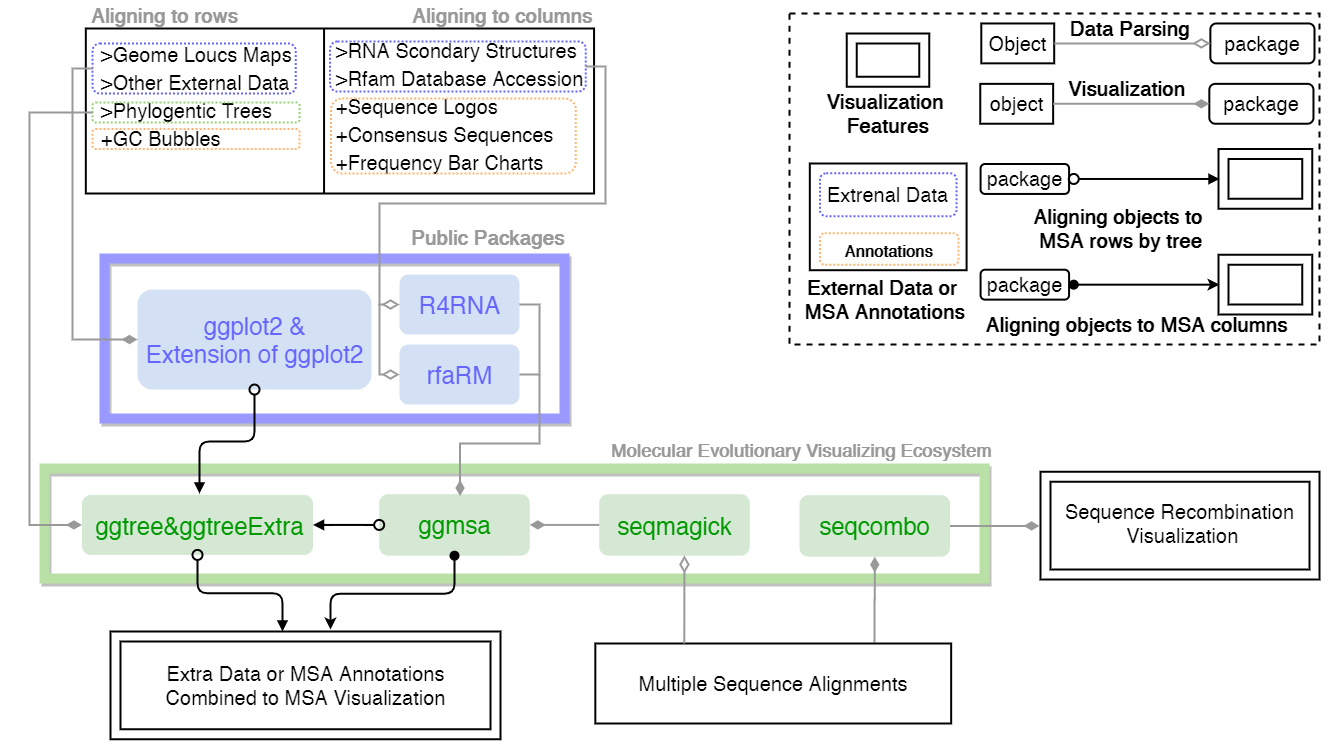
Earlier version of the draw.io export Figures/Fig.2.png (YuLab-SMU/supplemental-ggmsa). Source tidied: cells renumbered, new cells last; positions are measured from the earlier drawing's top-left corner, leaving out a move shared by most shapes.
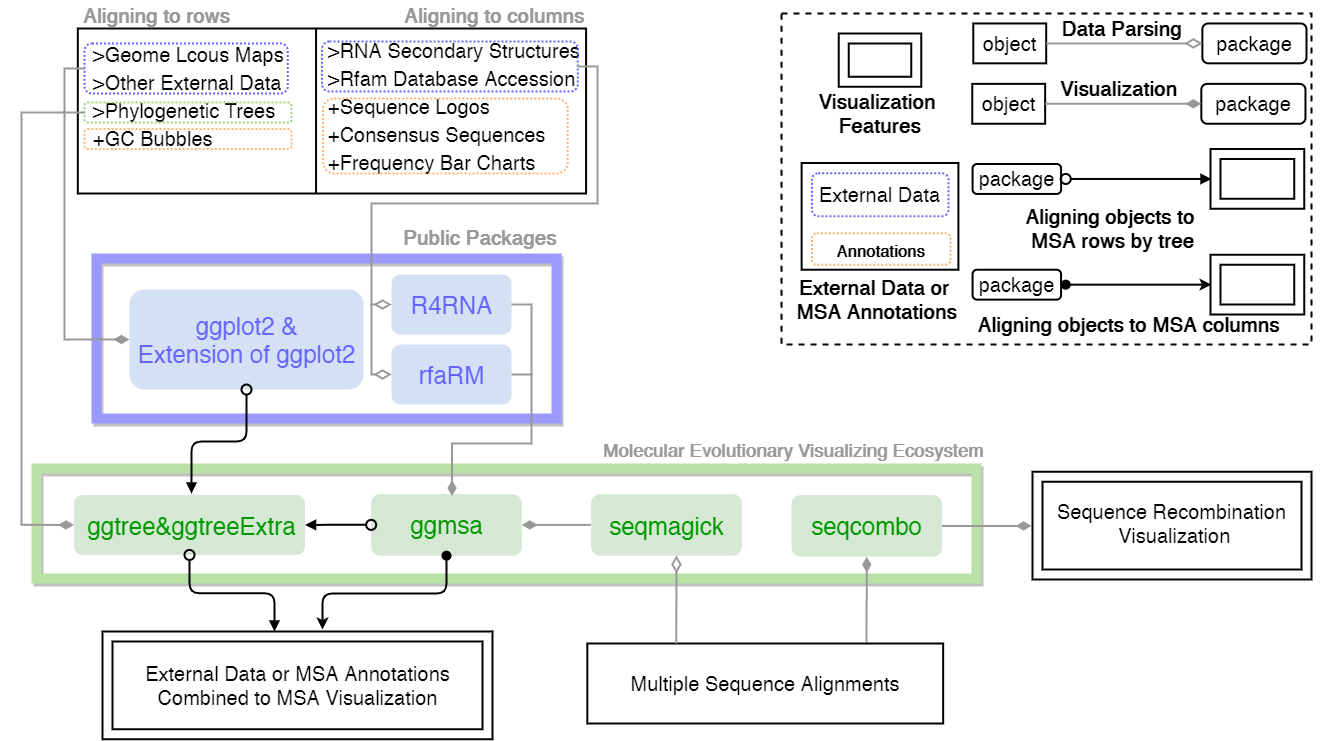
After the commit.

Diff of the diagram source:
```diff
@@ -35,8 +35,8 @@
     <mxCell id="12" style="verticalLabelPosition=bottom;verticalAlign=top;html=1;shape=mxgraph.basic.frame;dx=10;strokeColor=#000000;strokeWidth=2;fillColor=none;fontSize=20;fontColor=none;" parent="7" vertex="1">
       <mxGeometry x="21" y="222.2" width="390" height="107.8" as="geometry" />
     </mxCell>
-    <mxCell id="13" value="Extra Data or MSA Annotations&lt;br&gt;Combined to MSA Visualization" style="text;html=1;align=center;verticalAlign=middle;fontSize=20;fontColor=none;" parent="7" vertex="1">
-      <mxGeometry x="71" y="251.1" width="290" height="50" as="geometry" />
+    <mxCell id="13" value="External Data or MSA Annotations&lt;br&gt;Combined to MSA Visualization" style="text;html=1;align=center;verticalAlign=middle;fontSize=20;fontColor=none;" parent="7" vertex="1">
+      <mxGeometry x="56" y="251.1" width="320" height="50" as="geometry" />
     </mxCell>
     <mxCell id="14" style="edgeStyle=orthogonalEdgeStyle;rounded=1;jettySize=auto;html=1;exitX=1;exitY=0.5;exitDx=0;exitDy=0;entryX=0.441;entryY=0;entryDx=0;entryDy=0;entryPerimeter=0;labelBackgroundColor=#ffffff;startArrow=oval;startFill=0;startSize=10;endArrow=block;endFill=1;endSize=6;strokeColor=#000000;strokeWidth=2;fontSize=11;fontColor=#000000;" parent="7" edge="1" source="9" target="12">
       <mxGeometry relative="1" as="geometry" />
@@ -106,11 +106,11 @@
     <mxCell id="35" style="line;strokeWidth=2;direction=south;html=1;fillColor=#FFFFFF;fontSize=20;fontColor=none;" parent="33" vertex="1">
       <mxGeometry x="173.2" y="15" width="10" height="165" as="geometry" />
     </mxCell>
-    <mxCell id="36" value="&lt;p style=&quot;line-height: 140%&quot;&gt;&amp;gt;Geome Loucs Maps&lt;br&gt;&amp;gt;Other External Data&lt;br style=&quot;font-size: 12px&quot;&gt;&amp;gt;Phylogentic Trees&amp;nbsp;&lt;br&gt;+GC Bubbles&lt;/p&gt;" style="text;html=1;align=left;verticalAlign=middle;fillColor=none;strokeColor=none;rounded=0;fontSize=20;fontColor=none;" parent="33" vertex="1">
+    <mxCell id="36" value="&lt;p style=&quot;line-height: 140%&quot;&gt;&amp;gt;Geome Lcous Maps&lt;br&gt;&amp;gt;Other External Data&lt;br style=&quot;font-size: 12px&quot;&gt;&amp;gt;Phylogenetic Trees&amp;nbsp;&lt;br&gt;+GC Bubbles&lt;/p&gt;" style="text;html=1;align=left;verticalAlign=middle;fillColor=none;strokeColor=none;rounded=0;fontSize=20;fontColor=none;" parent="33" vertex="1">
       <mxGeometry x="-46.3" y="2.5" width="210" height="160" as="geometry" />
     </mxCell>
-    <mxCell id="37" value="&lt;p style=&quot;line-height: 140%&quot;&gt;&amp;gt;RNA Scondary Structures&lt;br&gt;&amp;gt;Rfam Database Accession&lt;br&gt;+Sequence Logos&lt;br&gt;+Consensus Sequences&lt;br&gt;+Frequency Bar Charts&lt;/p&gt;" style="text;html=1;align=left;verticalAlign=middle;fillColor=none;strokeColor=none;rounded=0;fontSize=20;fontColor=none;" parent="33" vertex="1">
-      <mxGeometry x="188.2" y="-2.3" width="260" height="190" as="geometry" />
+    <mxCell id="37" value="&lt;p style=&quot;line-height: 140%&quot;&gt;&amp;gt;RNA Secondary Structures&lt;br&gt;&amp;gt;Rfam Database Accession&lt;br&gt;+Sequence Logos&lt;br&gt;+Consensus Sequences&lt;br&gt;+Frequency Bar Charts&lt;/p&gt;" style="text;html=1;align=left;verticalAlign=middle;fillColor=none;strokeColor=none;rounded=0;fontSize=20;fontColor=none;" parent="33" vertex="1">
+      <mxGeometry x="188.2" y="-2.3" width="270" height="190" as="geometry" />
     </mxCell>
     <mxCell id="38" style="rounded=1;whiteSpace=wrap;html=1;strokeColor=#6666FF;strokeWidth=2;fillColor=none;fontSize=20;fontColor=none;dashed=1;dashPattern=1 1;" parent="33" vertex="1">
       <mxGeometry x="-53.3" y="30" width="203.3" height="50" as="geometry" />
@@ -196,19 +196,16 @@
     <mxCell id="57" style="group;" parent="56" vertex="1">
       <mxGeometry x="11.3" width="156.8" height="106.7" as="geometry" />
     </mxCell>
-    <mxCell id="58" value="Extrenal Data" style="rounded=1;whiteSpace=wrap;html=1;dashed=1;dashPattern=1 1;strokeColor=#6666FF;strokeWidth=2;fillColor=none;fontSize=20;fontColor=none;" parent="57" vertex="1">
+    <mxCell id="58" value="External Data" style="rounded=1;whiteSpace=wrap;html=1;dashed=1;dashPattern=1 1;strokeColor=#6666FF;strokeWidth=2;fillColor=none;fontSize=20;fontColor=none;" parent="57" vertex="1">
       <mxGeometry x="9.1" y="9.8" width="136.6" height="42.9" as="geometry" />
     </mxCell>
-    <mxCell id="59" style="rounded=0;whiteSpace=wrap;html=1;strokeColor=#000000;strokeWidth=2;fillColor=none;fontSize=20;fontColor=none;" parent="57" vertex="1">
-      <mxGeometry x="-1" width="156.8" height="106.7" as="geometry" />
-    </mxCell>
     <mxCell id="60" value="&lt;font style=&quot;font-size: 16px&quot;&gt;&lt;b&gt;Annotations&lt;/b&gt;&lt;/font&gt;" style="rounded=1;whiteSpace=wrap;html=1;strokeColor=#FFB570;strokeWidth=2;fillColor=none;fontSize=20;fontColor=none;dashed=1;dashPattern=1 1;" parent="57" vertex="1">
       <mxGeometry x="9.1" y="69.8" width="138.5" height="31.6" as="geometry" />
     </mxCell>
     <mxCell id="61" value="&lt;span style=&quot;font-size: 20px&quot;&gt;&lt;b&gt;External Data or &lt;br&gt;MSA Annotations&lt;br&gt;&lt;/b&gt;&lt;/span&gt;" style="text;html=1;align=center;verticalAlign=middle;fillColor=none;strokeColor=none;rounded=0;shadow=0;" parent="56" vertex="1">
       <mxGeometry y="115.7" width="170" height="40" as="geometry" />
     </mxCell>
-    <mxCell id="62" value="Object" style="rounded=0;whiteSpace=wrap;html=1;strokeColor=#000000;strokeWidth=2;fillColor=none;fontSize=20;fontColor=none;" parent="55" vertex="1">
+    <mxCell id="62" value="object" style="rounded=0;whiteSpace=wrap;html=1;strokeColor=#000000;strokeWidth=2;fillColor=none;fontSize=20;fontColor=none;" parent="55" vertex="1">
       <mxGeometry x="191.8" y="10" width="72.9" height="39.9" as="geometry" />
     </mxCell>
     <mxCell id="63" value="package" style="rounded=1;whiteSpace=wrap;html=1;strokeColor=#000000;strokeWidth=2;fillColor=none;fontSize=20;fontColor=none;" parent="55" vertex="1">
@@ -268,6 +265,9 @@
     <mxCell id="79" value="&lt;span style=&quot;font-size: 20px&quot;&gt;&lt;b&gt;Visualization&amp;nbsp;&lt;br&gt;Features&lt;br&gt;&lt;/b&gt;&lt;/span&gt;" style="text;html=1;align=center;verticalAlign=middle;fillColor=none;strokeColor=none;rounded=0;shadow=0;" parent="55" vertex="1">
       <mxGeometry x="28.5" y="80" width="140" height="40" as="geometry" />
     </mxCell>
+    <mxCell id="59" style="rounded=0;whiteSpace=wrap;html=1;strokeColor=#000000;strokeWidth=2;fillColor=none;fontSize=20;fontColor=none;" parent="55" vertex="1">
+      <mxGeometry x="20.1" y="149.5" width="156.8" height="106.7" as="geometry" />
+    </mxCell>
     <mxCell id="80" style="edgeStyle=orthogonalEdgeStyle;rounded=0;jettySize=auto;html=1;exitX=0;exitY=0.5;exitDx=0;exitDy=0;entryX=0.5;entryY=1;entryDx=0;entryDy=0;fontSize=20;fontColor=none;strokeColor=#999999;strokeWidth=2;labelBackgroundColor=none;endFill=1;endArrow=diamondThin;endSize=10;startFill=0;startArrow=none;startSize=6;" parent="1" edge="1" source="39" target="9">
       <mxGeometry relative="1" as="geometry">
         <Array as="points">
```
